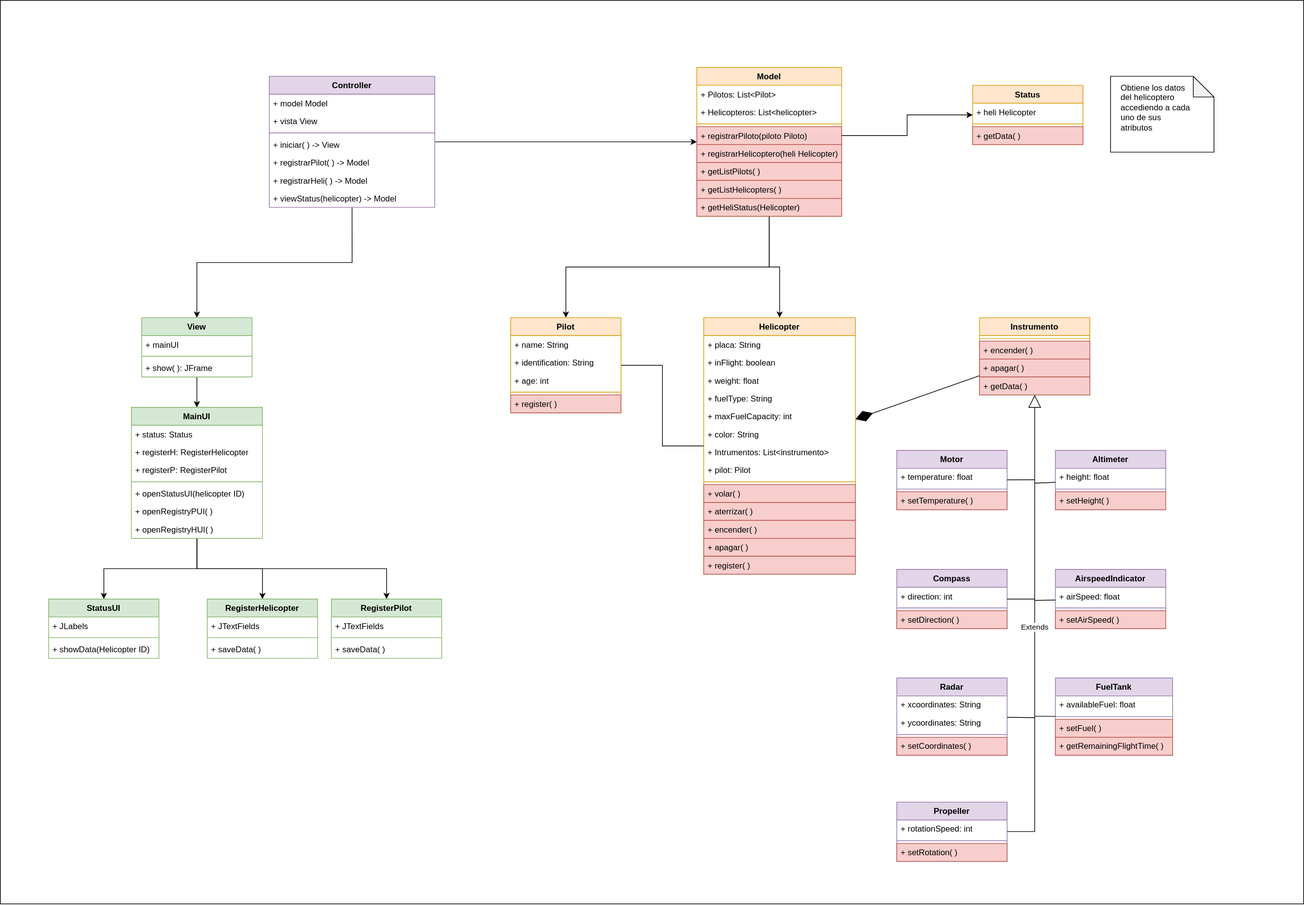
Earlier version of the draw.io export diagram.drawio.svg (benjiliang/Helicopter). Source tidied: cells renumbered, new cells last; positions are measured from the earlier drawing's top-left corner, leaving out a move shared by most shapes.
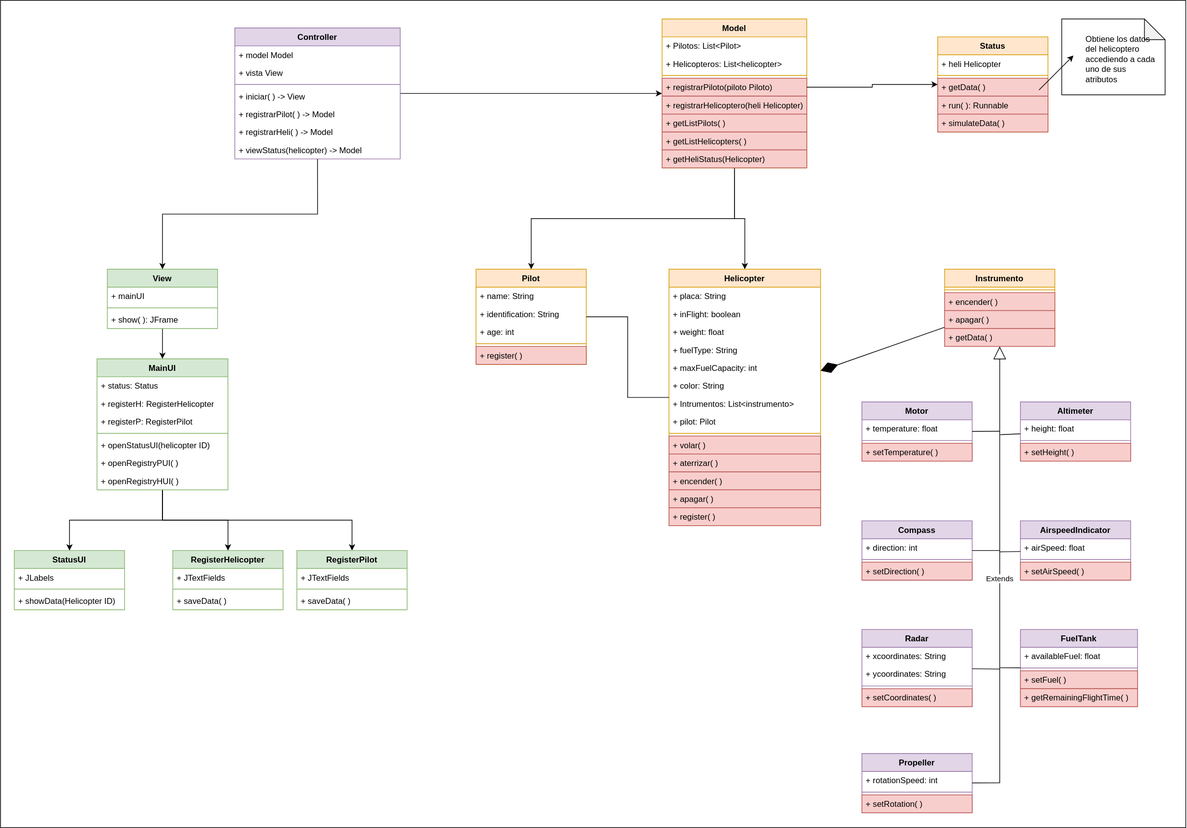
Later version of the same file.

Diff of the diagram source:
```diff
@@ -3,7 +3,7 @@
     <mxCell id="0" />
     <mxCell id="1" parent="0" />
     <mxCell id="2" style="rounded=0;whiteSpace=wrap;html=1;" parent="1" vertex="1">
-      <mxGeometry width="1890" height="1310" as="geometry" />
+      <mxGeometry x="50" y="70" width="1720" height="1200" as="geometry" />
     </mxCell>
     <mxCell id="3" value="Pilot" style="swimlane;fontStyle=1;align=center;verticalAlign=top;horizontal=1;startSize=26;whiteSpace=wrap;html=1;fillColor=#ffe6cc;strokeColor=#d79b00;" parent="1" vertex="1">
       <mxGeometry x="740" y="460" width="160" height="138" as="geometry" />
@@ -364,7 +364,7 @@
       <mxGeometry y="164" width="240" height="26" as="geometry" />
     </mxCell>
     <mxCell id="117" value="Status" style="swimlane;fontStyle=1;align=center;verticalAlign=top;horizontal=1;startSize=26;whiteSpace=wrap;html=1;fillColor=#ffe6cc;strokeColor=#d79b00;" parent="1" vertex="1">
-      <mxGeometry x="1410" y="123" width="160" height="86" as="geometry" />
+      <mxGeometry x="1410" y="123" width="160" height="138" as="geometry" />
     </mxCell>
     <mxCell id="118" value="+ heli Helicopter" style="text;strokeColor=none;fillColor=none;align=left;verticalAlign=top;spacingLeft=4;spacingRight=4;overflow=hidden;whiteSpace=wrap;html=1;" parent="117" vertex="1">
       <mxGeometry y="26" width="160" height="26" as="geometry" />
@@ -372,17 +372,29 @@
     <mxCell id="119" style="line;strokeWidth=1;fillColor=none;align=left;verticalAlign=middle;spacingTop=-1;spacingLeft=3;spacingRight=3;labelPosition=right;strokeColor=inherit;" parent="117" vertex="1">
       <mxGeometry y="52" width="160" height="8" as="geometry" />
     </mxCell>
+    <mxCell id="124" value="+ getData( )" style="text;strokeColor=#b85450;fillColor=#f8cecc;align=left;verticalAlign=top;spacingLeft=4;spacingRight=4;overflow=hidden;whiteSpace=wrap;html=1;" parent="117" vertex="1">
+      <mxGeometry y="60" width="160" height="26" as="geometry" />
+    </mxCell>
+    <mxCell id="125" value="+ run( ): Runnable" style="text;strokeColor=#b85450;fillColor=#f8cecc;align=left;verticalAlign=top;spacingLeft=4;spacingRight=4;overflow=hidden;whiteSpace=wrap;html=1;" parent="117" vertex="1">
+      <mxGeometry y="86" width="160" height="26" as="geometry" />
+    </mxCell>
-    <mxCell id="120" value="+ getData( )" style="text;strokeColor=#b85450;fillColor=#f8cecc;align=left;verticalAlign=top;spacingLeft=4;spacingRight=4;overflow=hidden;whiteSpace=wrap;html=1;" parent="117" vertex="1">
-      <mxGeometry y="60" width="160" height="26" as="geometry" />
+    <mxCell id="120" value="+ simulateData( )" style="text;strokeColor=#b85450;fillColor=#f8cecc;align=left;verticalAlign=top;spacingLeft=4;spacingRight=4;overflow=hidden;whiteSpace=wrap;html=1;" parent="117" vertex="1">
+      <mxGeometry y="112" width="160" height="26" as="geometry" />
     </mxCell>
     <mxCell id="121" style="edgeStyle=orthogonalEdgeStyle;rounded=0;jettySize=auto;html=1;exitX=1;exitY=0.5;exitDx=0;exitDy=0;" parent="1" edge="1" source="102" target="117">
       <mxGeometry relative="1" as="geometry" />
     </mxCell>
     <mxCell id="122" style="shape=note;whiteSpace=wrap;html=1;backgroundOutline=1;darkOpacity=0.05;" parent="1" vertex="1">
-      <mxGeometry x="1610" y="110" width="150" height="110" as="geometry" />
+      <mxGeometry x="1590" y="97" width="150" height="110" as="geometry" />
     </mxCell>
     <mxCell id="123" value="&lt;div&gt;Obtiene los datos del helicoptero accediendo a cada uno de sus atributos&lt;br&gt;&lt;/div&gt;" style="text;html=1;strokeColor=none;fillColor=none;spacing=5;spacingTop=-20;whiteSpace=wrap;overflow=hidden;rounded=0;" parent="1" vertex="1">
       <mxGeometry x="1620" y="130" width="110" height="120" as="geometry" />
     </mxCell>
+    <mxCell id="126" style="endArrow=classic;html=1;rounded=0;" parent="1" edge="1">
+      <mxGeometry relative="1" as="geometry">
+        <mxPoint x="1557" y="200" as="sourcePoint" />
+        <mxPoint x="1607" y="150" as="targetPoint" />
+      </mxGeometry>
+    </mxCell>
   </root>
 </mxGraphModel>
```
